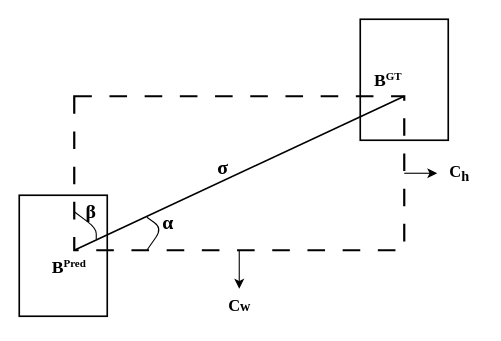
This is 未命名绘图.drawio from APTXc4869/result, a draw.io file, before an edit. Source tidied: cells renumbered, new cells numbered last; positions are measured from the earlier drawing's top-left corner, leaving out a move shared by most shapes. Both pictures are drawn from the tidied source at 110%, with x=0, y=0 at pixel (19, 19).
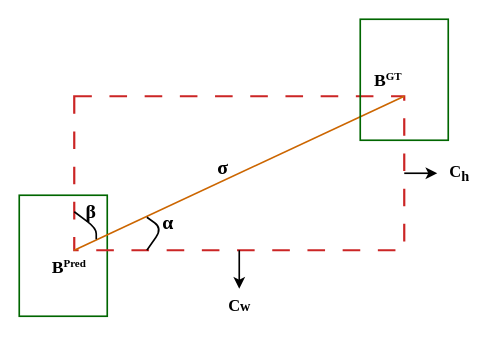
After the change.

Unchanged cells that the change refers to:
```xml
<mxCell id="13" value="&lt;font style=&quot;&quot;&gt;&lt;font style=&quot;font-size: 15px;&quot;&gt;C&lt;/font&gt;&lt;sub style=&quot;font-size: 13px;&quot;&gt;h&lt;/sub&gt;&lt;/font&gt;" style="text;html=1;align=center;verticalAlign=middle;points=[];strokeColor=none;fillColor=none;fontSize=13;fontFamily=Times New Roman;fontStyle=1;" parent="1" vertex="1">
  <mxGeometry x="380" y="125" width="40" height="30" as="geometry" />
</mxCell>
```

What changed in the source:
```diff
@@
-    <mxCell id="2" style="rounded=0;whiteSpace=wrap;html=1;fillColor=none;strokeWidth=1.5;fontFamily=Times New Roman;spacing=2;fontSize=13;fontStyle=1;" parent="1" vertex="1">
+    <mxCell id="2" style="rounded=0;whiteSpace=wrap;html=1;fillColor=none;strokeWidth=1.5;fontFamily=Times New Roman;spacing=2;fontSize=13;fontStyle=1;strokeColor=#006600;" parent="1" vertex="1">
       <mxGeometry y="160" width="80" height="110" as="geometry" />
     </mxCell>
-    <mxCell id="3" style="rounded=0;whiteSpace=wrap;html=1;fillColor=none;dashed=1;strokeWidth=2;dashPattern=8 8;fontFamily=Times New Roman;spacing=2;fontSize=13;fontStyle=1;" parent="1" vertex="1">
+    <mxCell id="3" style="rounded=0;whiteSpace=wrap;html=1;fillColor=none;dashed=1;strokeWidth=2;dashPattern=8 8;fontFamily=Times New Roman;spacing=2;fontSize=13;fontStyle=1;strokeColor=#cb2525;" parent="1" vertex="1">
       <mxGeometry x="50" y="70" width="300" height="140" as="geometry" />
     </mxCell>
-    <mxCell id="4" style="endArrow=none;html=1;rounded=0;exitX=0;exitY=1;exitDx=0;exitDy=0;entryX=1;entryY=0;entryDx=0;entryDy=0;strokeWidth=1.5;fontFamily=Times New Roman;spacing=2;fontSize=13;fontStyle=1;" parent="1" edge="1" source="3" target="3">
+    <mxCell id="4" style="endArrow=none;html=1;rounded=0;exitX=0;exitY=1;exitDx=0;exitDy=0;entryX=1;entryY=0;entryDx=0;entryDy=0;strokeWidth=1.5;fontFamily=Times New Roman;spacing=2;fontSize=13;fontStyle=1;strokeColor=#CC6600;" parent="1" edge="1" source="3" target="3">
       <mxGeometry relative="1" as="geometry" />
     </mxCell>
-    <mxCell id="5" style="rounded=0;whiteSpace=wrap;html=1;fillColor=none;strokeWidth=1.5;fontFamily=Times New Roman;spacing=2;fontSize=13;fontStyle=1;" parent="1" vertex="1">
+    <mxCell id="5" style="rounded=0;whiteSpace=wrap;html=1;fillColor=none;strokeWidth=1.5;fontFamily=Times New Roman;spacing=2;fontSize=13;fontStyle=1;strokeColor=#006600;" parent="1" vertex="1">
       <mxGeometry x="310" width="80" height="110" as="geometry" />
     </mxCell>
-    <mxCell id="6" style="endArrow=none;html=1;rounded=1;entryX=0;entryY=0.75;entryDx=0;entryDy=0;fontFamily=Times New Roman;spacing=2;fontSize=13;fontStyle=1;" parent="1" edge="1" target="3">
+    <mxCell id="6" style="endArrow=none;html=1;rounded=1;entryX=0;entryY=0.75;entryDx=0;entryDy=0;fontFamily=Times New Roman;spacing=2;fontSize=13;fontStyle=1;strokeWidth=1.5;" parent="1" edge="1" target="3">
       <mxGeometry relative="1" as="geometry">
         <mxPoint x="70" y="200" as="sourcePoint" />
         <Array as="points">
           <mxPoint x="70" y="190" />
         </Array>
       </mxGeometry>
     </mxCell>
-    <mxCell id="7" style="endArrow=none;html=1;rounded=1;fontFamily=Times New Roman;spacing=2;fontSize=13;fontStyle=1;" parent="1" edge="1">
+    <mxCell id="7" style="endArrow=none;html=1;rounded=1;fontFamily=Times New Roman;spacing=2;fontSize=13;fontStyle=1;strokeWidth=1.5;" parent="1" edge="1">
       <mxGeometry relative="1" as="geometry">
         <mxPoint x="116" y="180" as="sourcePoint" />
         <mxPoint x="116" y="210" as="targetPoint" />
         <Array as="points">
           <mxPoint x="130" y="190" />
         </Array>
       </mxGeometry>
     </mxCell>
@@
-    <mxCell id="15" style="endArrow=classic;html=1;rounded=0;exitX=0.5;exitY=1;exitDx=0;exitDy=0;" parent="1" edge="1" source="3">
+    <mxCell id="15" style="endArrow=classic;html=1;rounded=0;exitX=0.5;exitY=1;exitDx=0;exitDy=0;strokeWidth=1.5;" parent="1" edge="1" source="3">
       <mxGeometry relative="1" as="geometry">
         <mxPoint x="200" y="245" as="targetPoint" />
       </mxGeometry>
     </mxCell>
-    <mxCell id="16" style="endArrow=classic;html=1;rounded=0;exitX=1;exitY=0.5;exitDx=0;exitDy=0;" parent="1" edge="1" source="3" target="13">
+    <mxCell id="16" style="endArrow=classic;html=1;rounded=0;exitX=1;exitY=0.5;exitDx=0;exitDy=0;strokeWidth=1.5;" parent="1" edge="1" source="3" target="13">
       <mxGeometry relative="1" as="geometry" />
     </mxCell>
```
